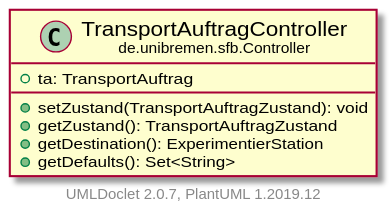
Above: doc/UML/modulsichtSVG/TransportAuftragController.svg in fkehlenb/softwareprojekt-2 (PlantUML), before the change.
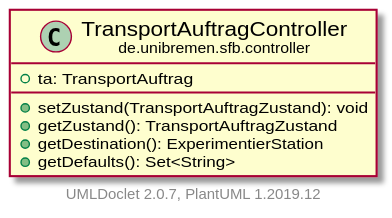
After the change.

Change to the diagram source:
```diff
@@ -3,7 +3,7 @@
     hide empty fields
     hide empty methods
 
-    class "<size:14>TransportAuftragController\n<size:10>de.unibremen.sfb.Controller" as de.unibremen.sfb.Controller.TransportAuftragController [[TransportAuftragController.html]] {
+    class "<size:14>TransportAuftragController\n<size:10>de.unibremen.sfb.controller" as de.unibremen.sfb.controller.TransportAuftragController [[TransportAuftragController.html]] {
         +ta: TransportAuftrag
         +setZustand(TransportAuftragZustand): void
         +getZustand(): TransportAuftragZustand
```
